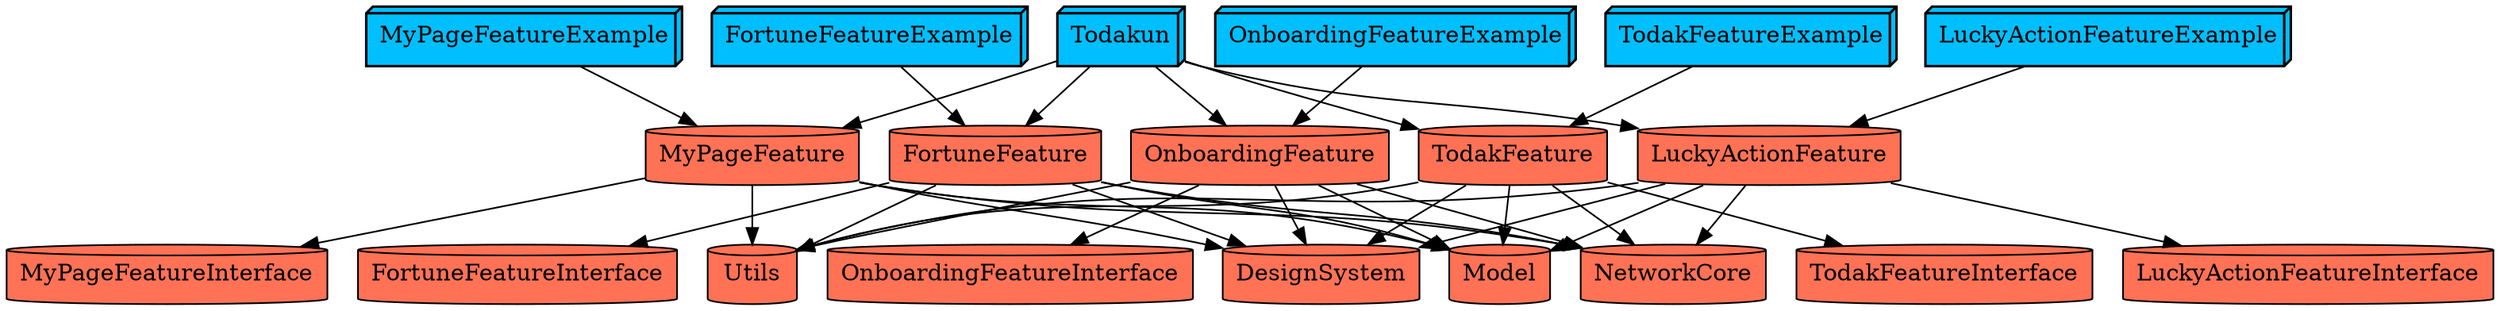
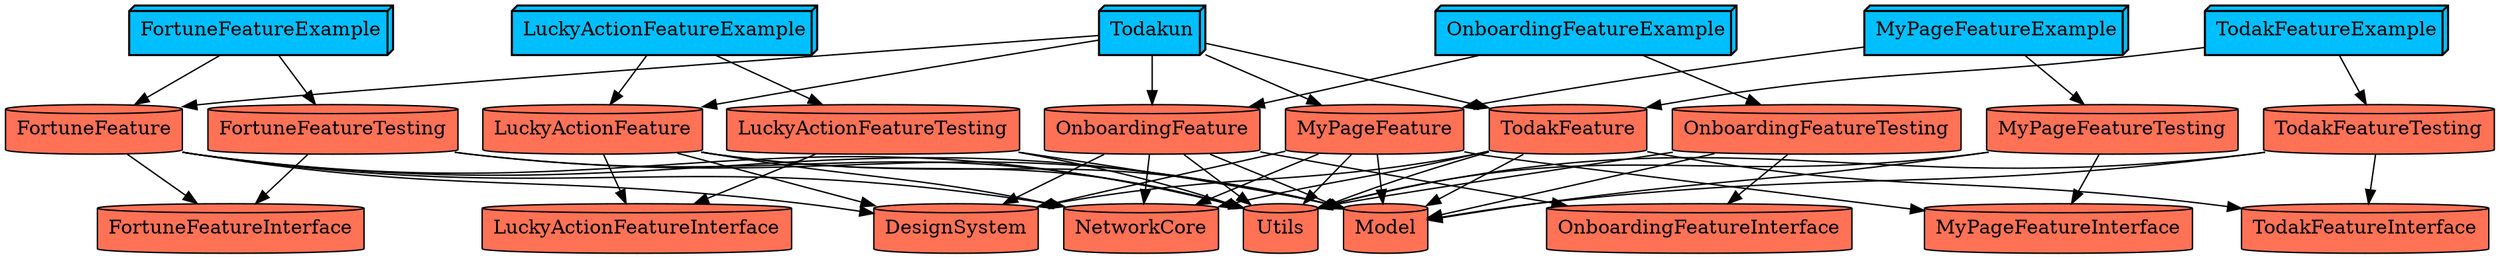
digraph {
  DesignSystem [fillcolor=coral1 shape=cylinder style=filled]
  FortuneFeature -> DesignSystem
  FortuneFeature -> FortuneFeatureInterface
  FortuneFeature -> Model
  FortuneFeature -> NetworkCore
  FortuneFeature -> Utils
  FortuneFeature [fillcolor=coral1 shape=cylinder style=filled]
  FortuneFeatureExample -> FortuneFeature
+   FortuneFeatureExample -> FortuneFeatureTesting
  FortuneFeatureExample [fillcolor=deepskyblue penwidth="1.5" shape=box3d style=filled]
  FortuneFeatureInterface [fillcolor=coral1 shape=cylinder style=filled]
+   FortuneFeatureTesting -> FortuneFeatureInterface
+   FortuneFeatureTesting -> Model
+   FortuneFeatureTesting -> Utils
+   FortuneFeatureTesting [fillcolor=coral1 shape=cylinder style=filled]
  LuckyActionFeature -> DesignSystem
  LuckyActionFeature -> LuckyActionFeatureInterface
  LuckyActionFeature -> Model
  LuckyActionFeature -> NetworkCore
  LuckyActionFeature -> Utils
  LuckyActionFeature [fillcolor=coral1 shape=cylinder style=filled]
  LuckyActionFeatureExample -> LuckyActionFeature
+   LuckyActionFeatureExample -> LuckyActionFeatureTesting
  LuckyActionFeatureExample [fillcolor=deepskyblue penwidth="1.5" shape=box3d style=filled]
  LuckyActionFeatureInterface [fillcolor=coral1 shape=cylinder style=filled]
+   LuckyActionFeatureTesting -> LuckyActionFeatureInterface
+   LuckyActionFeatureTesting -> Model
+   LuckyActionFeatureTesting -> Utils
+   LuckyActionFeatureTesting [fillcolor=coral1 shape=cylinder style=filled]
  Model [fillcolor=coral1 shape=cylinder style=filled]
  MyPageFeature -> DesignSystem
  MyPageFeature -> Model
  MyPageFeature -> MyPageFeatureInterface
  MyPageFeature -> NetworkCore
  MyPageFeature -> Utils
  MyPageFeature [fillcolor=coral1 shape=cylinder style=filled]
  MyPageFeatureExample -> MyPageFeature
+   MyPageFeatureExample -> MyPageFeatureTesting
  MyPageFeatureExample [fillcolor=deepskyblue penwidth="1.5" shape=box3d style=filled]
  MyPageFeatureInterface [fillcolor=coral1 shape=cylinder style=filled]
+   MyPageFeatureTesting -> Model
+   MyPageFeatureTesting -> MyPageFeatureInterface
+   MyPageFeatureTesting -> Utils
+   MyPageFeatureTesting [fillcolor=coral1 shape=cylinder style=filled]
  NetworkCore [fillcolor=coral1 shape=cylinder style=filled]
  OnboardingFeature -> DesignSystem
  OnboardingFeature -> Model
  OnboardingFeature -> NetworkCore
  OnboardingFeature -> OnboardingFeatureInterface
  OnboardingFeature -> Utils
  OnboardingFeature [fillcolor=coral1 shape=cylinder style=filled]
  OnboardingFeatureExample -> OnboardingFeature
+   OnboardingFeatureExample -> OnboardingFeatureTesting
  OnboardingFeatureExample [fillcolor=deepskyblue penwidth="1.5" shape=box3d style=filled]
  OnboardingFeatureInterface [fillcolor=coral1 shape=cylinder style=filled]
+   OnboardingFeatureTesting -> Model
+   OnboardingFeatureTesting -> OnboardingFeatureInterface
+   OnboardingFeatureTesting -> Utils
+   OnboardingFeatureTesting [fillcolor=coral1 shape=cylinder style=filled]
  TodakFeature -> DesignSystem
  TodakFeature -> Model
  TodakFeature -> NetworkCore
  TodakFeature -> TodakFeatureInterface
  TodakFeature -> Utils
  TodakFeature [fillcolor=coral1 shape=cylinder style=filled]
  TodakFeatureExample -> TodakFeature
+   TodakFeatureExample -> TodakFeatureTesting
  TodakFeatureExample [fillcolor=deepskyblue penwidth="1.5" shape=box3d style=filled]
  TodakFeatureInterface [fillcolor=coral1 shape=cylinder style=filled]
+   TodakFeatureTesting -> Model
+   TodakFeatureTesting -> TodakFeatureInterface
+   TodakFeatureTesting -> Utils
+   TodakFeatureTesting [fillcolor=coral1 shape=cylinder style=filled]
  Todakun -> FortuneFeature
  Todakun -> LuckyActionFeature
  Todakun -> MyPageFeature
  Todakun -> OnboardingFeature
  Todakun -> TodakFeature
  Todakun [fillcolor=deepskyblue penwidth="1.5" shape=box3d style=filled]
  Utils [fillcolor=coral1 shape=cylinder style=filled]
}